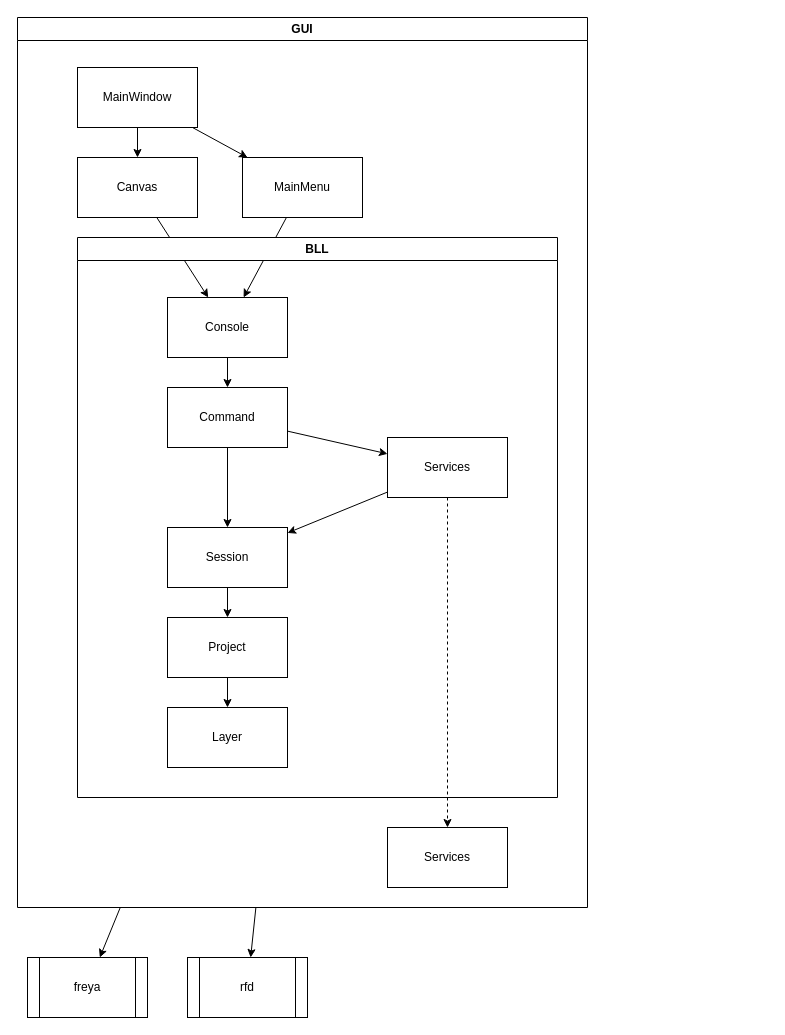
Above: doc/overview.drawio in nak5655/pixrium (draw.io), before the change. Source tidied: cells renumbered, new cells numbered last; positions are measured from the earlier drawing's top-left corner, leaving out a move shared by most shapes. Both pictures are drawn from the tidied source at 100%, with x=0, y=0 at pixel (17, 17).
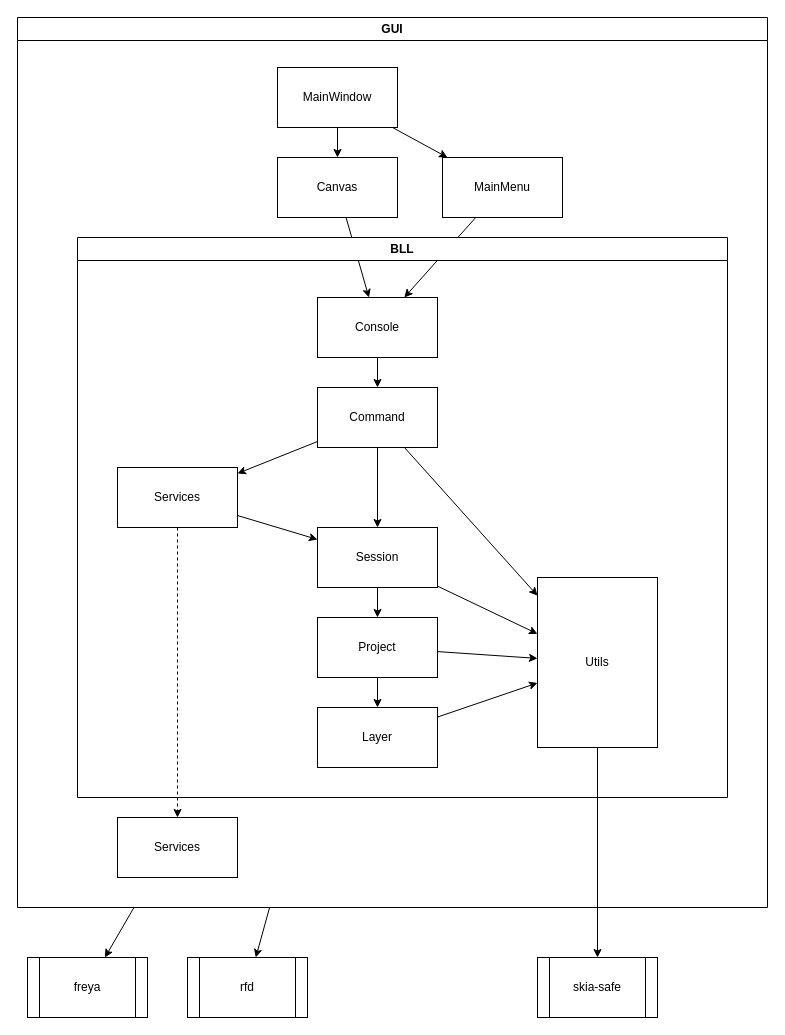
The same diagram, later.

Change to the diagram source:
```diff
@@
     <mxCell id="4" value="GUI" style="swimlane;whiteSpace=wrap;html=1;" parent="1" vertex="1">
-      <mxGeometry width="570" height="890" as="geometry" />
+      <mxGeometry width="750" height="890" as="geometry" />
     </mxCell>
@@
     <mxCell id="7" value="MainWindow" style="rounded=0;whiteSpace=wrap;html=1;" parent="4" vertex="1">
-      <mxGeometry x="60" y="50" width="120" height="60" as="geometry" />
+      <mxGeometry x="260" y="50" width="120" height="60" as="geometry" />
     </mxCell>
@@
     <mxCell id="9" value="Canvas" style="rounded=0;whiteSpace=wrap;html=1;" parent="4" vertex="1">
-      <mxGeometry x="60" y="140" width="120" height="60" as="geometry" />
+      <mxGeometry x="260" y="140" width="120" height="60" as="geometry" />
     </mxCell>
@@
     <mxCell id="11" value="MainMenu" style="rounded=0;whiteSpace=wrap;html=1;" parent="4" vertex="1">
-      <mxGeometry x="225" y="140" width="120" height="60" as="geometry" />
+      <mxGeometry x="425" y="140" width="120" height="60" as="geometry" />
     </mxCell>
-    <mxCell id="12" value="Services" style="rounded=0;whiteSpace=wrap;html=1;" parent="4" vertex="1">
-      <mxGeometry x="370" y="810" width="120" height="60" as="geometry" />
-    </mxCell>
     <mxCell id="13" value="BLL" style="swimlane;whiteSpace=wrap;html=1;" parent="4" vertex="1">
-      <mxGeometry x="60" y="220" width="480" height="560" as="geometry" />
+      <mxGeometry x="60" y="220" width="650" height="560" as="geometry" />
     </mxCell>
@@
+    <mxCell id="29" style="edgeStyle=none;rounded=0;jettySize=auto;html=1;" parent="13" edge="1" source="15" target="33">
+      <mxGeometry relative="1" as="geometry" />
+    </mxCell>
     <mxCell id="15" value="Session" style="rounded=0;whiteSpace=wrap;html=1;" parent="13" vertex="1">
-      <mxGeometry x="90" y="290" width="120" height="60" as="geometry" />
+      <mxGeometry x="240" y="290" width="120" height="60" as="geometry" />
     </mxCell>
@@
-    <mxCell id="17" style="edgeStyle=none;html=1;" parent="13" edge="1" source="18" target="21">
-      <mxGeometry relative="1" as="geometry" />
-    </mxCell>
+    <mxCell id="30" style="edgeStyle=none;rounded=0;jettySize=auto;html=1;" parent="13" edge="1" source="18" target="33">
+      <mxGeometry relative="1" as="geometry" />
+    </mxCell>
     <mxCell id="18" value="Command" style="rounded=0;whiteSpace=wrap;html=1;" parent="13" vertex="1">
-      <mxGeometry x="90" y="150" width="120" height="60" as="geometry" />
+      <mxGeometry x="240" y="150" width="120" height="60" as="geometry" />
     </mxCell>
+    <mxCell id="31" style="edgeStyle=none;rounded=0;jettySize=auto;html=1;" parent="13" edge="1" source="19" target="33">
+      <mxGeometry relative="1" as="geometry" />
+    </mxCell>
     <mxCell id="19" value="Project" style="rounded=0;whiteSpace=wrap;html=1;" parent="13" vertex="1">
-      <mxGeometry x="90" y="380" width="120" height="60" as="geometry" />
+      <mxGeometry x="240" y="380" width="120" height="60" as="geometry" />
     </mxCell>
-    <mxCell id="20" style="edgeStyle=none;html=1;" parent="13" edge="1" source="21" target="15">
-      <mxGeometry relative="1" as="geometry" />
-    </mxCell>
-    <mxCell id="21" value="Services" style="rounded=0;whiteSpace=wrap;html=1;" parent="13" vertex="1">
-      <mxGeometry x="310" y="200" width="120" height="60" as="geometry" />
-    </mxCell>
+    <mxCell id="32" style="edgeStyle=none;rounded=0;jettySize=auto;html=1;" parent="13" edge="1" source="22" target="33">
+      <mxGeometry relative="1" as="geometry" />
+    </mxCell>
     <mxCell id="22" value="Layer" style="rounded=0;whiteSpace=wrap;html=1;" parent="13" vertex="1">
-      <mxGeometry x="90" y="470" width="120" height="60" as="geometry" />
+      <mxGeometry x="240" y="470" width="120" height="60" as="geometry" />
     </mxCell>
@@
     <mxCell id="25" value="Console" style="rounded=0;whiteSpace=wrap;html=1;" parent="13" vertex="1">
-      <mxGeometry x="90" y="60" width="120" height="60" as="geometry" />
+      <mxGeometry x="240" y="60" width="120" height="60" as="geometry" />
     </mxCell>
+    <mxCell id="33" value="Utils" style="rounded=0;whiteSpace=wrap;html=1;" parent="13" vertex="1">
+      <mxGeometry x="460" y="340" width="120" height="170" as="geometry" />
+    </mxCell>
@@
+    <mxCell id="21" value="Services" style="rounded=0;whiteSpace=wrap;html=1;" parent="4" vertex="1">
+      <mxGeometry x="100" y="450" width="120" height="60" as="geometry" />
+    </mxCell>
+    <mxCell id="17" style="edgeStyle=none;html=1;" parent="4" edge="1" source="18" target="21">
+      <mxGeometry relative="1" as="geometry" />
+    </mxCell>
+    <mxCell id="12" value="Services" style="rounded=0;whiteSpace=wrap;html=1;" parent="4" vertex="1">
+      <mxGeometry x="100" y="800" width="120" height="60" as="geometry" />
+    </mxCell>
+    <mxCell id="20" style="edgeStyle=none;html=1;" parent="4" edge="1" source="21" target="15">
+      <mxGeometry relative="1" as="geometry" />
+    </mxCell>
@@
+    <mxCell id="34" value="skia-safe" style="shape=process;whiteSpace=wrap;html=1;backgroundOutline=1;" parent="1" vertex="1">
+      <mxGeometry x="520" y="940" width="120" height="60" as="geometry" />
+    </mxCell>
+    <mxCell id="35" style="edgeStyle=none;rounded=0;jettySize=auto;html=1;" parent="1" edge="1" source="33" target="34">
+      <mxGeometry relative="1" as="geometry" />
+    </mxCell>
```
